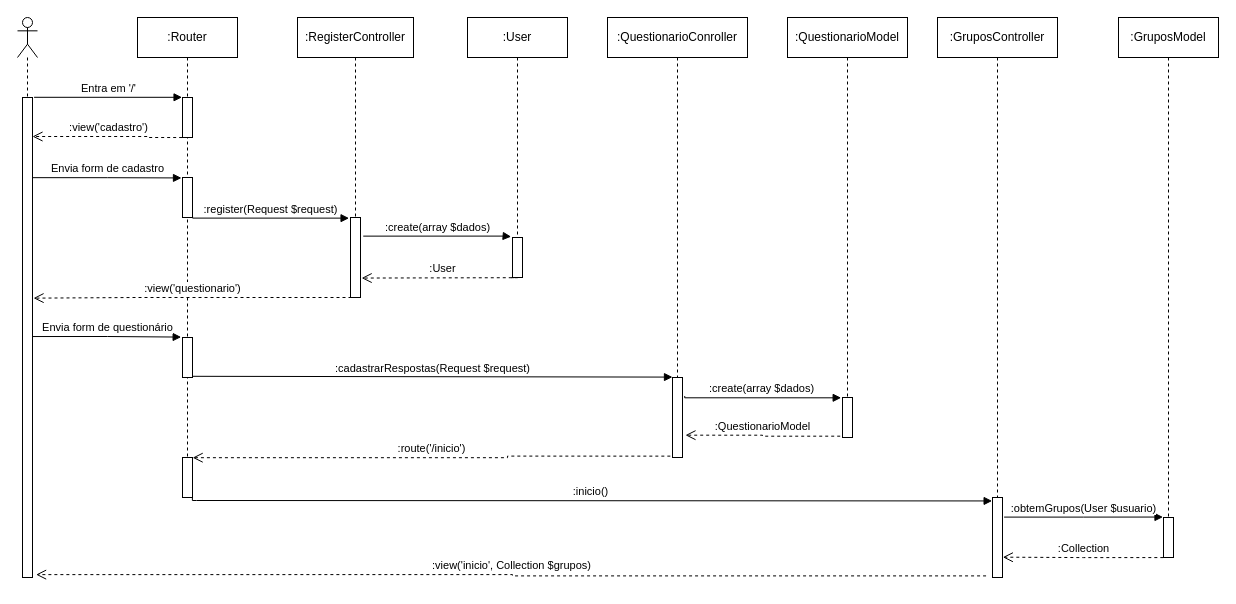
Earlier version of the draw.io diagram Diagramas/Seqûencia de cadastro.drawio (pmarangon/Grupo-1-PI--Sa-de-e-Bem-Estar). Source tidied: cells renumbered, new cells numbered last; positions are measured from the earlier drawing's top-left corner, leaving out a move shared by most shapes. Both pictures are drawn from the tidied source at 100%, with x=0, y=0 at pixel (17, 17).
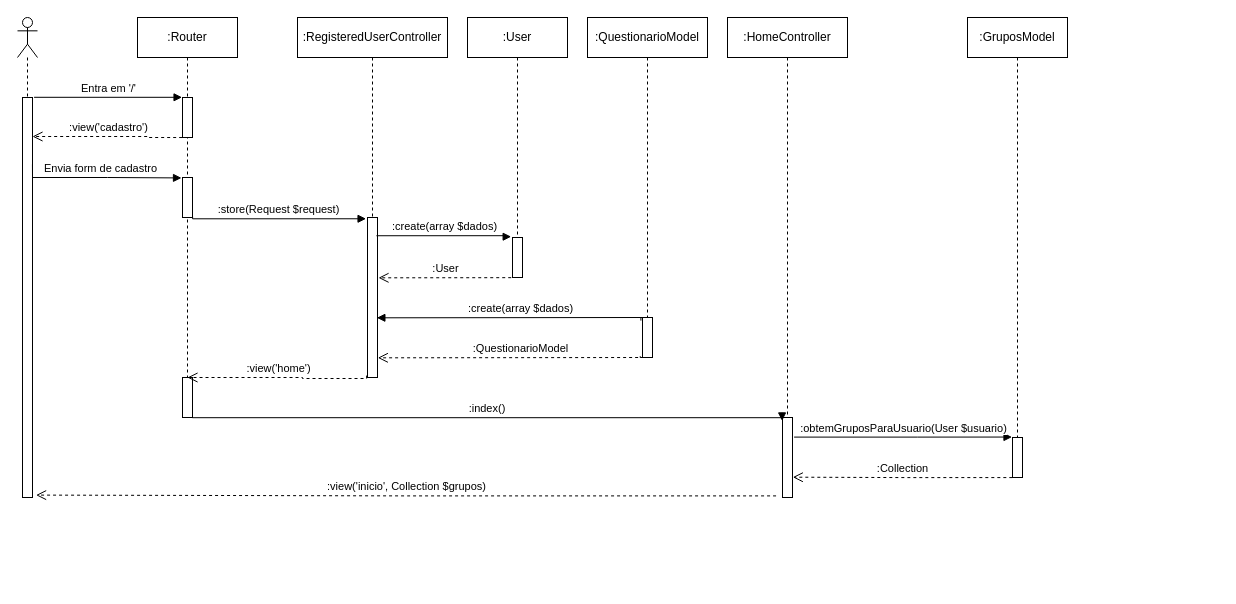
The same page after the edit.

Commit message (it also covers changes not shown here):
Corrige diagrama de sequencia de cadastro

Unchanged cells that the change refers to:
```xml
<mxCell id="6" style="html=1;points=[];perimeter=orthogonalPerimeter;" parent="4" vertex="1">
  <mxGeometry x="45" y="160" width="10" height="40" as="geometry" />
</mxCell>
<mxCell id="16" style="html=1;points=[];perimeter=orthogonalPerimeter;" parent="15" vertex="1">
  <mxGeometry x="45" y="220" width="10" height="40" as="geometry" />
</mxCell>
```

The edit, as a diff of the source:
```diff
@@
     <mxCell id="2" style="shape=umlLifeline;participant=umlActor;perimeter=lifelinePerimeter;whiteSpace=wrap;html=1;verticalAlign=top;spacingTop=36;" parent="1" vertex="1">
-      <mxGeometry width="20" height="560" as="geometry" />
+      <mxGeometry width="20" height="480" as="geometry" />
     </mxCell>
     <mxCell id="3" style="html=1;points=[];perimeter=orthogonalPerimeter;" parent="2" vertex="1">
-      <mxGeometry x="5" y="80" width="10" height="480" as="geometry" />
+      <mxGeometry x="5" y="80" width="10" height="400" as="geometry" />
     </mxCell>
     <mxCell id="4" value=":Router" style="shape=umlLifeline;perimeter=lifelinePerimeter;whiteSpace=wrap;html=1;" parent="1" vertex="1">
-      <mxGeometry x="120" width="100" height="480" as="geometry" />
+      <mxGeometry x="120" width="100" height="400" as="geometry" />
     </mxCell>
@@
-    <mxCell id="7" style="html=1;points=[];perimeter=orthogonalPerimeter;" parent="4" vertex="1">
-      <mxGeometry x="45" y="320" width="10" height="40" as="geometry" />
-    </mxCell>
     <mxCell id="8" style="html=1;points=[];perimeter=orthogonalPerimeter;" parent="4" vertex="1">
-      <mxGeometry x="45" y="440" width="10" height="40" as="geometry" />
+      <mxGeometry x="45" y="360" width="10" height="40" as="geometry" />
     </mxCell>
@@
     <mxCell id="11" value="Envia form de cadastro" style="html=1;verticalAlign=bottom;endArrow=block;rounded=0;edgeStyle=orthogonalEdgeStyle;exitX=0.995;exitY=0.167;exitDx=0;exitDy=0;exitPerimeter=0;entryX=-0.1;entryY=0.011;entryDx=0;entryDy=0;entryPerimeter=0;" parent="1" edge="1" source="3" target="6">
       <mxGeometry relative="1" as="geometry">
         <Array as="points">
+          <mxPoint x="15" y="160" />
           <mxPoint x="90" y="160" />
         </Array>
       </mxGeometry>
     </mxCell>
-    <mxCell id="12" value=":RegisterController" style="shape=umlLifeline;perimeter=lifelinePerimeter;whiteSpace=wrap;html=1;" parent="1" vertex="1">
-      <mxGeometry x="280" width="116" height="280" as="geometry" />
+    <mxCell id="12" value=":RegisteredUserController" style="shape=umlLifeline;perimeter=lifelinePerimeter;whiteSpace=wrap;html=1;" parent="1" vertex="1">
+      <mxGeometry x="280" width="150" height="360" as="geometry" />
     </mxCell>
     <mxCell id="13" style="html=1;points=[];perimeter=orthogonalPerimeter;" parent="12" vertex="1">
-      <mxGeometry x="53" y="200" width="10" height="80" as="geometry" />
+      <mxGeometry x="70" y="200" width="10" height="160" as="geometry" />
     </mxCell>
-    <mxCell id="14" value=":register(Request $request)" style="html=1;verticalAlign=bottom;endArrow=block;rounded=0;edgeStyle=orthogonalEdgeStyle;exitX=1.01;exitY=0.979;exitDx=0;exitDy=0;exitPerimeter=0;entryX=-0.144;entryY=0.008;entryDx=0;entryDy=0;entryPerimeter=0;" parent="1" edge="1" source="6" target="13">
+    <mxCell id="14" value=":store(Request $request)" style="html=1;verticalAlign=bottom;endArrow=block;rounded=0;edgeStyle=orthogonalEdgeStyle;exitX=1.01;exitY=0.979;exitDx=0;exitDy=0;exitPerimeter=0;entryX=-0.144;entryY=0.008;entryDx=0;entryDy=0;entryPerimeter=0;" parent="1" edge="1" source="6" target="13">
       <mxGeometry relative="1" as="geometry">
         <Array as="points">
           <mxPoint x="175" y="201" />
         </Array>
       </mxGeometry>
     </mxCell>
@@
-    <mxCell id="17" value=":create(array $dados)" style="html=1;verticalAlign=bottom;endArrow=block;rounded=0;edgeStyle=orthogonalEdgeStyle;entryX=-0.133;entryY=-0.021;entryDx=0;entryDy=0;entryPerimeter=0;exitX=1.276;exitY=0.233;exitDx=0;exitDy=0;exitPerimeter=0;" parent="1" edge="1" source="13" target="16">
+    <mxCell id="17" value=":create(array $dados)" style="html=1;verticalAlign=bottom;endArrow=block;rounded=0;edgeStyle=orthogonalEdgeStyle;entryX=-0.133;entryY=-0.021;entryDx=0;entryDy=0;entryPerimeter=0;exitX=0.893;exitY=0.114;exitDx=0;exitDy=0;exitPerimeter=0;" parent="1" edge="1" source="13" target="16">
       <mxGeometry relative="1" as="geometry">
         <Array as="points">
-          <mxPoint x="487" y="219" />
-          <mxPoint x="594" y="219" />
+          <mxPoint x="487" y="218" />
         </Array>
       </mxGeometry>
     </mxCell>
-    <mxCell id="18" value=":User" style="html=1;verticalAlign=bottom;endArrow=open;dashed=1;endSize=8;rounded=0;edgeStyle=orthogonalEdgeStyle;entryX=1.113;entryY=0.757;entryDx=0;entryDy=0;entryPerimeter=0;exitX=-0.128;exitY=1.004;exitDx=0;exitDy=0;exitPerimeter=0;" parent="1" edge="1" source="16" target="13">
+    <mxCell id="18" value=":User" style="html=1;verticalAlign=bottom;endArrow=open;dashed=1;endSize=8;rounded=0;edgeStyle=orthogonalEdgeStyle;entryX=1.1;entryY=0.377;entryDx=0;entryDy=0;entryPerimeter=0;exitX=-0.128;exitY=1.004;exitDx=0;exitDy=0;exitPerimeter=0;" parent="1" edge="1" source="16" target="13">
       <mxGeometry relative="1" as="geometry">
         <Array as="points">
-          <mxPoint x="500" y="260" />
+          <mxPoint x="470" y="260" />
+          <mxPoint x="470" y="260" />
         </Array>
       </mxGeometry>
     </mxCell>
-    <mxCell id="19" value=":view('questionario')" style="html=1;verticalAlign=bottom;endArrow=open;dashed=1;endSize=8;rounded=0;edgeStyle=orthogonalEdgeStyle;exitX=0.1;exitY=1;exitDx=0;exitDy=0;exitPerimeter=0;entryX=1.105;entryY=0.418;entryDx=0;entryDy=0;entryPerimeter=0;" parent="1" edge="1" source="13" target="3">
-      <mxGeometry relative="1" as="geometry">
-        <Array as="points">
-          <mxPoint x="120" y="280" />
-        </Array>
-      </mxGeometry>
-    </mxCell>
-    <mxCell id="20" value="Envia form de questionário" style="html=1;verticalAlign=bottom;endArrow=block;rounded=0;edgeStyle=orthogonalEdgeStyle;exitX=0.962;exitY=0.498;exitDx=0;exitDy=0;exitPerimeter=0;entryX=-0.133;entryY=-0.01;entryDx=0;entryDy=0;entryPerimeter=0;" parent="1" edge="1" source="3" target="7">
-      <mxGeometry relative="1" as="geometry">
-        <Array as="points">
-          <mxPoint x="90" y="320" />
-        </Array>
-      </mxGeometry>
-    </mxCell>
-    <mxCell id="21" value=":QuestionarioConroller" style="shape=umlLifeline;perimeter=lifelinePerimeter;whiteSpace=wrap;html=1;" parent="1" vertex="1">
-      <mxGeometry x="590" width="140" height="440" as="geometry" />
-    </mxCell>
-    <mxCell id="22" style="html=1;points=[];perimeter=orthogonalPerimeter;" parent="21" vertex="1">
-      <mxGeometry x="65" y="360" width="10" height="80" as="geometry" />
-    </mxCell>
-    <mxCell id="23" value=":cadastrarRespostas(Request $request)" style="html=1;verticalAlign=bottom;endArrow=block;rounded=0;edgeStyle=orthogonalEdgeStyle;exitX=1.04;exitY=0.97;exitDx=0;exitDy=0;exitPerimeter=0;entryX=-0.002;entryY=-0.005;entryDx=0;entryDy=0;entryPerimeter=0;" parent="1" edge="1" source="7" target="22">
-      <mxGeometry relative="1" as="geometry">
-        <Array as="points">
-          <mxPoint x="175" y="360" />
-          <mxPoint x="655" y="360" />
-        </Array>
-      </mxGeometry>
-    </mxCell>
     <mxCell id="24" value=":QuestionarioModel" style="shape=umlLifeline;perimeter=lifelinePerimeter;whiteSpace=wrap;html=1;" parent="1" vertex="1">
-      <mxGeometry x="770" width="120" height="420" as="geometry" />
+      <mxGeometry x="570" width="120" height="340" as="geometry" />
     </mxCell>
     <mxCell id="25" style="html=1;points=[];perimeter=orthogonalPerimeter;" parent="24" vertex="1">
-      <mxGeometry x="55" y="380" width="10" height="40" as="geometry" />
+      <mxGeometry x="55" y="300" width="10" height="40" as="geometry" />
     </mxCell>
-    <mxCell id="26" value=":QuestionarioModel" style="html=1;verticalAlign=bottom;endArrow=open;dashed=1;endSize=8;rounded=0;edgeStyle=orthogonalEdgeStyle;exitX=-0.229;exitY=0.967;exitDx=0;exitDy=0;exitPerimeter=0;entryX=1.295;entryY=0.721;entryDx=0;entryDy=0;entryPerimeter=0;" parent="1" edge="1" source="25" target="22">
-      <mxGeometry relative="1" as="geometry" />
+    <mxCell id="26" value=":QuestionarioModel" style="html=1;verticalAlign=bottom;endArrow=open;dashed=1;endSize=8;rounded=0;edgeStyle=orthogonalEdgeStyle;exitX=-0.229;exitY=0.967;exitDx=0;exitDy=0;exitPerimeter=0;entryX=1.033;entryY=0.877;entryDx=0;entryDy=0;entryPerimeter=0;" parent="1" edge="1" source="25" target="13">
+      <mxGeometry relative="1" as="geometry">
+        <Array as="points">
+          <mxPoint x="633" y="340" />
+          <mxPoint x="364" y="340" />
+        </Array>
+      </mxGeometry>
     </mxCell>
-    <mxCell id="27" value=":route('/inicio')" style="html=1;verticalAlign=bottom;endArrow=open;dashed=1;endSize=8;rounded=0;edgeStyle=orthogonalEdgeStyle;exitX=-0.217;exitY=0.983;exitDx=0;exitDy=0;exitPerimeter=0;entryX=1.016;entryY=0.005;entryDx=0;entryDy=0;entryPerimeter=0;" parent="1" edge="1" source="22" target="8">
-      <mxGeometry relative="1" as="geometry">
-        <Array as="points">
-          <mxPoint x="490" y="439" />
-          <mxPoint x="490" y="440" />
-        </Array>
-      </mxGeometry>
-    </mxCell>
-    <mxCell id="28" value=":create(array $dados)" style="html=1;verticalAlign=bottom;endArrow=block;rounded=0;edgeStyle=orthogonalEdgeStyle;exitX=1.224;exitY=0.232;exitDx=0;exitDy=0;exitPerimeter=0;entryX=-0.133;entryY=0.008;entryDx=0;entryDy=0;entryPerimeter=0;" parent="1" edge="1" source="22" target="25">
+    <mxCell id="28" value=":create(array $dados)" style="html=1;verticalAlign=bottom;endArrow=block;rounded=0;edgeStyle=orthogonalEdgeStyle;exitX=-0.159;exitY=0.078;exitDx=0;exitDy=0;exitPerimeter=0;entryX=0.938;entryY=0.627;entryDx=0;entryDy=0;entryPerimeter=0;startArrow=none;" parent="1" edge="1" source="25" target="13">
       <mxGeometry relative="1" as="geometry">
         <Array as="points">
-          <mxPoint x="667" y="380" />
-          <mxPoint x="824" y="380" />
+          <mxPoint x="633" y="300" />
+          <mxPoint x="362" y="300" />
         </Array>
       </mxGeometry>
     </mxCell>
-    <mxCell id="29" value=":GruposController" style="shape=umlLifeline;perimeter=lifelinePerimeter;whiteSpace=wrap;html=1;" parent="1" vertex="1">
-      <mxGeometry x="920" width="120" height="560" as="geometry" />
+    <mxCell id="29" value=":HomeController" style="shape=umlLifeline;perimeter=lifelinePerimeter;whiteSpace=wrap;html=1;" parent="1" vertex="1">
+      <mxGeometry x="710" width="120" height="480" as="geometry" />
     </mxCell>
     <mxCell id="30" style="html=1;points=[];perimeter=orthogonalPerimeter;" parent="29" vertex="1">
-      <mxGeometry x="55" y="480" width="10" height="80" as="geometry" />
+      <mxGeometry x="55" y="400" width="10" height="80" as="geometry" />
     </mxCell>
-    <mxCell id="31" value=":inicio()" style="html=1;verticalAlign=bottom;endArrow=block;rounded=0;edgeStyle=orthogonalEdgeStyle;exitX=0.991;exitY=1.005;exitDx=0;exitDy=0;exitPerimeter=0;entryX=-0.038;entryY=0.043;entryDx=0;entryDy=0;entryPerimeter=0;" parent="1" edge="1" source="8" target="30">
+    <mxCell id="31" value=":index()&amp;nbsp;" style="html=1;verticalAlign=bottom;endArrow=block;rounded=0;edgeStyle=orthogonalEdgeStyle;exitX=0.991;exitY=1.005;exitDx=0;exitDy=0;exitPerimeter=0;entryX=-0.038;entryY=0.043;entryDx=0;entryDy=0;entryPerimeter=0;" parent="1" edge="1" source="8" target="30">
       <mxGeometry relative="1" as="geometry">
         <Array as="points">
-          <mxPoint x="175" y="483" />
-          <mxPoint x="179" y="483" />
+          <mxPoint x="765" y="400" />
         </Array>
       </mxGeometry>
     </mxCell>
     <mxCell id="32" value=":GruposModel" style="shape=umlLifeline;perimeter=lifelinePerimeter;whiteSpace=wrap;html=1;" parent="1" vertex="1">
-      <mxGeometry x="1101" width="100" height="540" as="geometry" />
+      <mxGeometry x="950" width="100" height="460" as="geometry" />
     </mxCell>
     <mxCell id="33" style="html=1;points=[];perimeter=orthogonalPerimeter;" parent="32" vertex="1">
-      <mxGeometry x="45" y="500" width="10" height="40" as="geometry" />
+      <mxGeometry x="45" y="420" width="10" height="40" as="geometry" />
     </mxCell>
-    <mxCell id="34" value=":obtemGrupos(User $usuario)" style="html=1;verticalAlign=bottom;endArrow=block;rounded=0;edgeStyle=orthogonalEdgeStyle;exitX=1.16;exitY=0.245;exitDx=0;exitDy=0;exitPerimeter=0;entryX=-0.05;entryY=-0.011;entryDx=0;entryDy=0;entryPerimeter=0;" parent="1" edge="1" source="30" target="33">
+    <mxCell id="34" value=":obtemGruposParaUsuario(User $usuario)" style="html=1;verticalAlign=bottom;endArrow=block;rounded=0;edgeStyle=orthogonalEdgeStyle;exitX=1.16;exitY=0.245;exitDx=0;exitDy=0;exitPerimeter=0;entryX=-0.05;entryY=-0.011;entryDx=0;entryDy=0;entryPerimeter=0;" parent="1" edge="1" source="30" target="33">
       <mxGeometry relative="1" as="geometry">
         <Array as="points">
-          <mxPoint x="1066" y="500" />
-          <mxPoint x="1145" y="500" />
+          <mxPoint x="900" y="420" />
+          <mxPoint x="900" y="420" />
         </Array>
       </mxGeometry>
     </mxCell>
     <mxCell id="35" value=":Collection" style="html=1;verticalAlign=bottom;endArrow=open;dashed=1;endSize=8;rounded=0;edgeStyle=orthogonalEdgeStyle;exitX=-0.018;exitY=1.002;exitDx=0;exitDy=0;exitPerimeter=0;entryX=1.032;entryY=0.746;entryDx=0;entryDy=0;entryPerimeter=0;" parent="1" edge="1" source="33" target="30">
       <mxGeometry relative="1" as="geometry">
         <Array as="points">
-          <mxPoint x="1066" y="540" />
+          <mxPoint x="890" y="460" />
+          <mxPoint x="890" y="460" />
         </Array>
       </mxGeometry>
     </mxCell>
     <mxCell id="36" value=":view('inicio', Collection $grupos)" style="html=1;verticalAlign=bottom;endArrow=open;dashed=1;endSize=8;rounded=0;edgeStyle=orthogonalEdgeStyle;exitX=-0.643;exitY=0.98;exitDx=0;exitDy=0;exitPerimeter=0;entryX=1.357;entryY=0.994;entryDx=0;entryDy=0;entryPerimeter=0;" parent="1" edge="1" source="30" target="3">
-      <mxGeometry relative="1" as="geometry" />
+      <mxGeometry relative="1" as="geometry">
+        <Array as="points">
+          <mxPoint x="390" y="478" />
+          <mxPoint x="19" y="478" />
+        </Array>
+      </mxGeometry>
     </mxCell>
+    <mxCell id="37" value=":view('home')" style="html=1;verticalAlign=bottom;endArrow=open;dashed=1;endSize=8;rounded=0;edgeStyle=orthogonalEdgeStyle;exitX=-0.086;exitY=0.988;exitDx=0;exitDy=0;exitPerimeter=0;" parent="1" edge="1" source="13">
+      <mxGeometry relative="1" as="geometry">
+        <mxPoint x="170" y="360" as="targetPoint" />
+        <Array as="points">
+          <mxPoint x="349" y="361" />
+          <mxPoint x="285" y="361" />
+          <mxPoint x="285" y="360" />
+        </Array>
+      </mxGeometry>
+    </mxCell>
```
